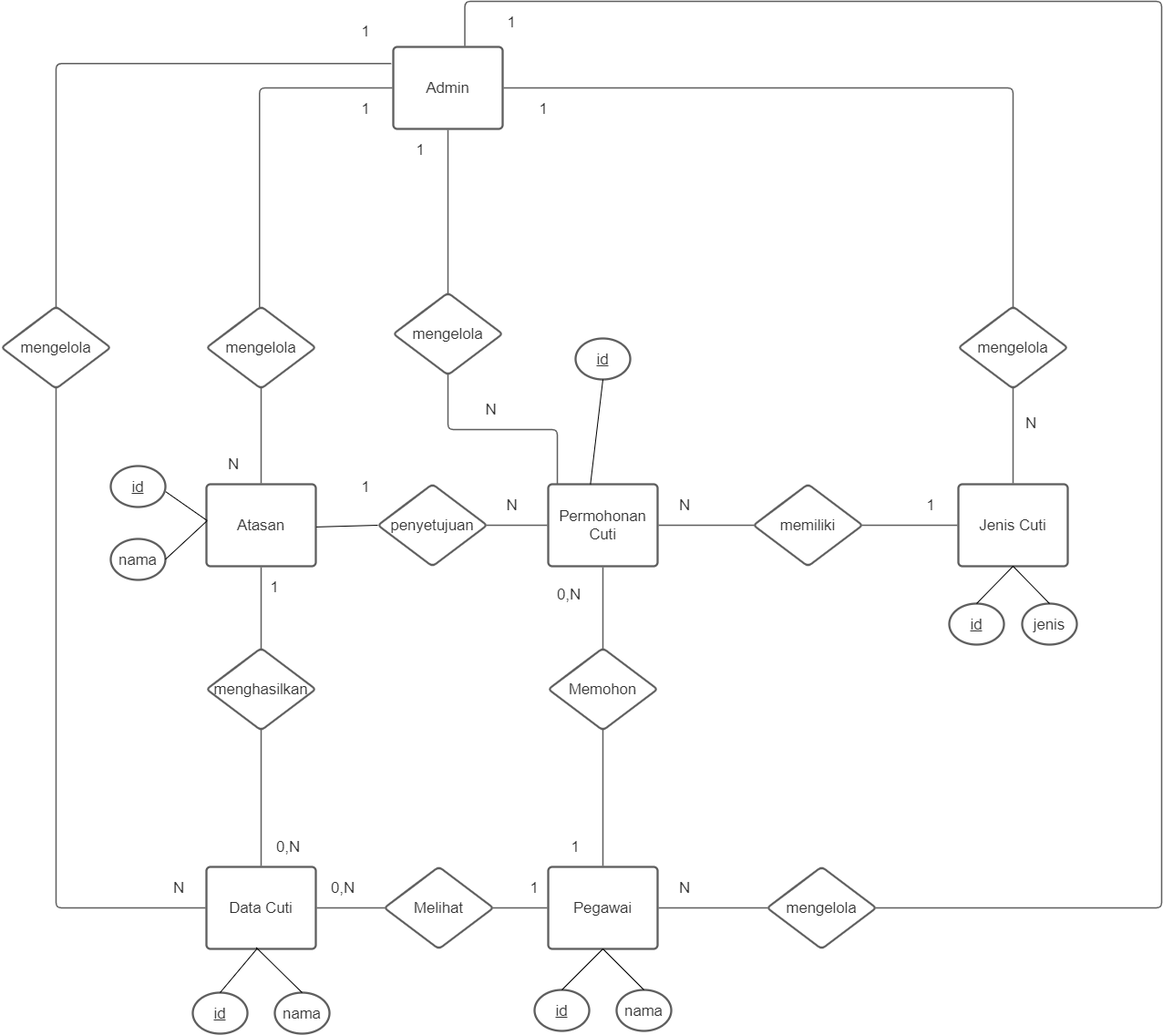
Above: Untitled Diagram.drawio.png in syahrolus/erd (draw.io), before the change. Source tidied: cells renumbered, new cells last; positions are measured from the earlier drawing's top-left corner, leaving out a move shared by most shapes.
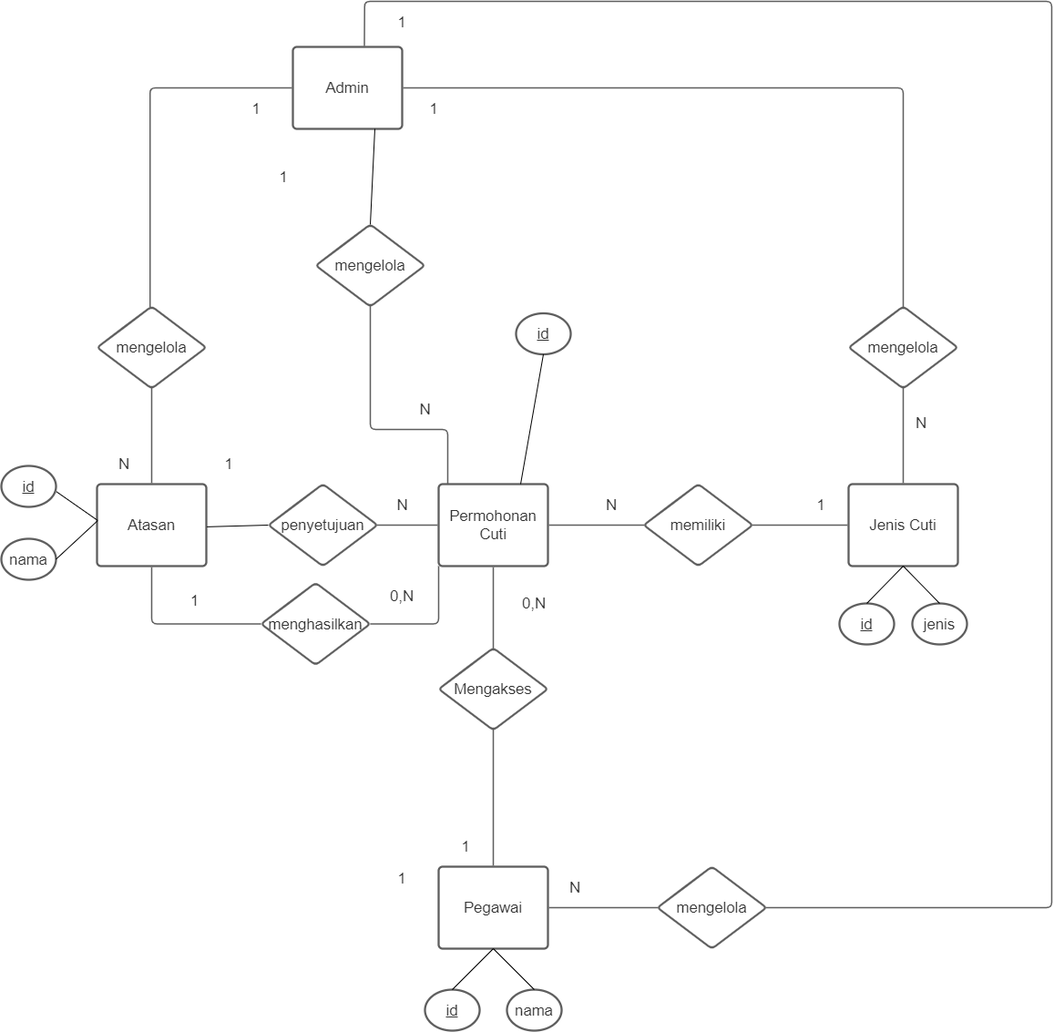
The same diagram one commit later.

What changed in the source:
```diff
@@ -3,7 +3,7 @@
     <mxCell id="0" />
     <mxCell id="1" parent="0" />
     <mxCell id="2" value="Admin" style="html=1;overflow=block;blockSpacing=1;whiteSpace=wrap;whiteSpace=wrap;fontSize=16.7;fontColor=#333333;spacing=9;strokeColor=#5e5e5e;strokeOpacity=100;rounded=1;absoluteArcSize=1;arcSize=9;strokeWidth=2.3;" parent="1" vertex="1">
-      <mxGeometry x="430" y="50" width="120" height="90" as="geometry" />
+      <mxGeometry x="440" y="50" width="120" height="90" as="geometry" />
     </mxCell>
     <mxCell id="3" value="Atasan" style="html=1;overflow=block;blockSpacing=1;whiteSpace=wrap;whiteSpace=wrap;fontSize=16.7;fontColor=#333333;spacing=9;strokeColor=#5e5e5e;strokeOpacity=100;rounded=1;absoluteArcSize=1;arcSize=9;strokeWidth=2.3;" parent="1" vertex="1">
       <mxGeometry x="225" y="530" width="120" height="90" as="geometry" />
@@ -14,13 +14,10 @@
     <mxCell id="5" value="Permohonan Cuti" style="html=1;overflow=block;blockSpacing=1;whiteSpace=wrap;whiteSpace=wrap;fontSize=16.7;fontColor=#333333;spacing=9;strokeColor=#5e5e5e;strokeOpacity=100;rounded=1;absoluteArcSize=1;arcSize=9;strokeWidth=2.3;" parent="1" vertex="1">
       <mxGeometry x="600" y="530" width="120" height="90" as="geometry" />
     </mxCell>
-    <mxCell id="6" value="Data Cuti" style="html=1;overflow=block;blockSpacing=1;whiteSpace=wrap;whiteSpace=wrap;fontSize=16.7;fontColor=#333333;spacing=9;strokeColor=#5e5e5e;strokeOpacity=100;rounded=1;absoluteArcSize=1;arcSize=9;strokeWidth=2.3;" parent="1" vertex="1">
-      <mxGeometry x="225" y="950" width="120" height="90" as="geometry" />
-    </mxCell>
     <mxCell id="7" value="Jenis Cuti" style="html=1;overflow=block;blockSpacing=1;whiteSpace=wrap;whiteSpace=wrap;fontSize=16.7;fontColor=#333333;spacing=9;strokeColor=#5e5e5e;strokeOpacity=100;rounded=1;absoluteArcSize=1;arcSize=9;strokeWidth=2.3;" parent="1" vertex="1">
       <mxGeometry x="1050" y="530" width="120" height="90" as="geometry" />
     </mxCell>
-    <mxCell id="8" value="Memohon" style="html=1;overflow=block;blockSpacing=1;whiteSpace=wrap;rhombus;whiteSpace=wrap;fontSize=16.7;fontColor=#333333;spacing=3.8;strokeColor=#5e5e5e;strokeOpacity=100;rounded=1;absoluteArcSize=1;arcSize=9;strokeWidth=2.3;" parent="1" vertex="1">
+    <mxCell id="8" value="Mengakses" style="html=1;overflow=block;blockSpacing=1;whiteSpace=wrap;rhombus;whiteSpace=wrap;fontSize=16.7;fontColor=#333333;spacing=3.8;strokeColor=#5e5e5e;strokeOpacity=100;rounded=1;absoluteArcSize=1;arcSize=9;strokeWidth=2.3;" parent="1" vertex="1">
       <mxGeometry x="600" y="710" width="120" height="90" as="geometry" />
     </mxCell>
     <mxCell id="9" style="html=1;jettySize=18;whiteSpace=wrap;fontSize=13;strokeColor=#5E5E5E;strokeWidth=1.5;rounded=1;arcSize=12;edgeStyle=orthogonalEdgeStyle;startArrow=none;endArrow=none;exitX=0.5;exitY=-0.012;exitPerimeter=0;entryX=0.5;entryY=0.994;entryPerimeter=0;" parent="1" edge="1" source="4" target="8">
@@ -45,11 +42,8 @@
       <mxGeometry relative="1" as="geometry" />
     </mxCell>
     <mxCell id="16" value="mengelola" style="html=1;overflow=block;blockSpacing=1;whiteSpace=wrap;rhombus;whiteSpace=wrap;fontSize=16.7;fontColor=#333333;spacing=3.8;strokeColor=#5e5e5e;strokeOpacity=100;rounded=1;absoluteArcSize=1;arcSize=9;strokeWidth=2.3;" parent="1" vertex="1">
-      <mxGeometry x="430" y="320" width="120" height="90" as="geometry" />
+      <mxGeometry x="465" y="245" width="120" height="90" as="geometry" />
     </mxCell>
-    <mxCell id="17" style="html=1;jettySize=18;whiteSpace=wrap;fontSize=13;strokeColor=#5E5E5E;strokeWidth=1.5;rounded=1;arcSize=12;edgeStyle=orthogonalEdgeStyle;startArrow=none;endArrow=none;exitX=0.5;exitY=0.006;exitPerimeter=0;entryX=0.5;entryY=1.013;entryPerimeter=0;" parent="1" edge="1" source="16" target="2">
-      <mxGeometry relative="1" as="geometry" />
-    </mxCell>
     <mxCell id="18" style="html=1;jettySize=18;whiteSpace=wrap;fontSize=13;strokeColor=#5E5E5E;strokeWidth=1.5;rounded=1;arcSize=12;edgeStyle=orthogonalEdgeStyle;startArrow=none;endArrow=none;exitX=1.009;exitY=0.5;exitPerimeter=0;entryX=0.5;entryY=0.006;entryPerimeter=0;" parent="1" edge="1" source="2" target="19">
       <mxGeometry relative="1" as="geometry" />
     </mxCell>
@@ -69,13 +63,13 @@
       <mxGeometry x="540" y="905" width="180" height="45" as="geometry" />
     </mxCell>
     <mxCell id="24" value="0,N" style="html=1;overflow=block;blockSpacing=1;whiteSpace=wrap;whiteSpace=wrap;fontSize=16.7;fontColor=#333333;spacing=3.8;strokeOpacity=0;fillOpacity=0;rounded=1;absoluteArcSize=1;arcSize=9;fillColor=#ffffff;strokeWidth=2.3;" parent="1" vertex="1">
-      <mxGeometry x="533" y="628" width="180" height="45" as="geometry" />
+      <mxGeometry x="615" y="638.5" width="180" height="45" as="geometry" />
     </mxCell>
     <mxCell id="25" value="N" style="html=1;overflow=block;blockSpacing=1;whiteSpace=wrap;whiteSpace=wrap;fontSize=16.7;fontColor=#333333;spacing=3.8;strokeOpacity=0;fillOpacity=0;rounded=1;absoluteArcSize=1;arcSize=9;fillColor=#ffffff;strokeWidth=2.3;" parent="1" vertex="1">
-      <mxGeometry x="660" y="530" width="180" height="45" as="geometry" />
+      <mxGeometry x="755" y="530" width="70" height="45" as="geometry" />
     </mxCell>
     <mxCell id="26" value="1" style="html=1;overflow=block;blockSpacing=1;whiteSpace=wrap;whiteSpace=wrap;fontSize=16.7;fontColor=#333333;spacing=3.8;strokeOpacity=0;fillOpacity=0;rounded=1;absoluteArcSize=1;arcSize=9;fillColor=#ffffff;strokeWidth=2.3;" parent="1" vertex="1">
-      <mxGeometry x="310" y="510" width="180" height="45" as="geometry" />
+      <mxGeometry x="360" y="485" width="20" height="45" as="geometry" />
     </mxCell>
     <mxCell id="27" value="N" style="html=1;overflow=block;blockSpacing=1;whiteSpace=wrap;whiteSpace=wrap;fontSize=16.7;fontColor=#333333;spacing=3.8;strokeOpacity=0;fillOpacity=0;rounded=1;absoluteArcSize=1;arcSize=9;fillColor=#ffffff;strokeWidth=2.3;" parent="1" vertex="1">
       <mxGeometry x="532.5" y="530" width="55" height="45" as="geometry" />
@@ -92,52 +86,27 @@
     <mxCell id="31" value="1" style="html=1;overflow=block;blockSpacing=1;whiteSpace=wrap;whiteSpace=wrap;fontSize=16.7;fontColor=#333333;spacing=3.8;strokeOpacity=0;fillOpacity=0;rounded=1;absoluteArcSize=1;arcSize=9;fillColor=#ffffff;strokeWidth=2.3;" parent="1" vertex="1">
       <mxGeometry x="470" width="180" height="45" as="geometry" />
     </mxCell>
-    <mxCell id="32" style="html=1;jettySize=18;whiteSpace=wrap;fontSize=13;strokeColor=#5E5E5E;strokeWidth=1.5;rounded=1;arcSize=12;edgeStyle=orthogonalEdgeStyle;startArrow=none;endArrow=none;exitX=-0.018;exitY=0.203;exitPerimeter=0;entryX=0.5;entryY=0.006;entryPerimeter=0;exitDx=0;exitDy=0;" parent="1" edge="1" source="2" target="36">
-      <mxGeometry relative="1" as="geometry" />
-    </mxCell>
-    <mxCell id="33" value="1" style="html=1;overflow=block;blockSpacing=1;whiteSpace=wrap;whiteSpace=wrap;fontSize=16.7;fontColor=#333333;spacing=3.8;strokeOpacity=0;fillOpacity=0;rounded=1;absoluteArcSize=1;arcSize=9;fillColor=#ffffff;strokeWidth=2.3;" parent="1" vertex="1">
-      <mxGeometry x="310" y="10" width="180" height="45" as="geometry" />
-    </mxCell>
     <mxCell id="34" value="menghasilkan" style="html=1;overflow=block;blockSpacing=1;whiteSpace=wrap;rhombus;whiteSpace=wrap;fontSize=16.7;fontColor=#333333;spacing=3.8;strokeColor=#5e5e5e;strokeOpacity=100;rounded=1;absoluteArcSize=1;arcSize=9;strokeWidth=2.3;" parent="1" vertex="1">
-      <mxGeometry x="225" y="710" width="120" height="90" as="geometry" />
+      <mxGeometry x="405" y="638.5" width="120" height="90" as="geometry" />
     </mxCell>
     <mxCell id="35" value="1" style="html=1;overflow=block;blockSpacing=1;whiteSpace=wrap;whiteSpace=wrap;fontSize=16.7;fontColor=#333333;spacing=3.8;strokeOpacity=0;fillOpacity=0;rounded=1;absoluteArcSize=1;arcSize=9;fillColor=#ffffff;strokeWidth=2.3;" parent="1" vertex="1">
-      <mxGeometry x="210" y="620" width="180" height="45" as="geometry" />
+      <mxGeometry x="310" y="635" width="45" height="45" as="geometry" />
     </mxCell>
-    <mxCell id="36" value="mengelola" style="html=1;overflow=block;blockSpacing=1;whiteSpace=wrap;rhombus;whiteSpace=wrap;fontSize=16.7;fontColor=#333333;spacing=3.8;strokeColor=#5e5e5e;strokeOpacity=100;rounded=1;absoluteArcSize=1;arcSize=9;strokeWidth=2.3;" parent="1" vertex="1">
-      <mxGeometry y="335" width="120" height="90" as="geometry" />
-    </mxCell>
-    <mxCell id="37" style="html=1;jettySize=18;whiteSpace=wrap;fontSize=13;strokeColor=#5E5E5E;strokeWidth=1.5;rounded=1;arcSize=12;edgeStyle=orthogonalEdgeStyle;startArrow=none;endArrow=none;exitX=0.5;exitY=0.994;exitPerimeter=0;entryX=0.5;entryY=-0.012;entryPerimeter=0;" parent="1" edge="1" source="34" target="6">
+    <mxCell id="37" style="html=1;jettySize=18;whiteSpace=wrap;fontSize=13;strokeColor=#5E5E5E;strokeWidth=1.5;rounded=1;arcSize=12;edgeStyle=orthogonalEdgeStyle;startArrow=none;endArrow=none;exitX=1;exitY=0.5;entryX=0;entryY=1;entryDx=0;entryDy=0;exitDx=0;exitDy=0;" parent="1" edge="1" source="34" target="5">
       <mxGeometry relative="1" as="geometry" />
     </mxCell>
-    <mxCell id="38" style="html=1;jettySize=18;whiteSpace=wrap;fontSize=13;strokeColor=#5E5E5E;strokeWidth=1.5;rounded=1;arcSize=12;edgeStyle=orthogonalEdgeStyle;startArrow=none;endArrow=none;exitX=0.5;exitY=0.006;exitPerimeter=0;entryX=0.5;entryY=1.013;entryPerimeter=0;" parent="1" edge="1" source="34" target="3">
+    <mxCell id="38" style="html=1;jettySize=18;whiteSpace=wrap;fontSize=13;strokeColor=#5E5E5E;strokeWidth=1.5;rounded=1;arcSize=12;edgeStyle=orthogonalEdgeStyle;startArrow=none;endArrow=none;exitX=0;exitY=0.5;entryX=0.5;entryY=1.013;entryPerimeter=0;exitDx=0;exitDy=0;" parent="1" edge="1" source="34" target="3">
       <mxGeometry relative="1" as="geometry" />
     </mxCell>
-    <mxCell id="39" value="Melihat" style="html=1;overflow=block;blockSpacing=1;whiteSpace=wrap;rhombus;whiteSpace=wrap;fontSize=16.7;fontColor=#333333;spacing=3.8;strokeColor=#5e5e5e;strokeOpacity=100;rounded=1;absoluteArcSize=1;arcSize=9;strokeWidth=2.3;" parent="1" vertex="1">
-      <mxGeometry x="420" y="950" width="120" height="90" as="geometry" />
-    </mxCell>
-    <mxCell id="40" style="html=1;jettySize=18;whiteSpace=wrap;fontSize=13;strokeColor=#5E5E5E;strokeWidth=1.5;rounded=1;arcSize=12;edgeStyle=orthogonalEdgeStyle;startArrow=none;endArrow=none;exitX=1.009;exitY=0.5;exitPerimeter=0;entryX=0.009;entryY=0.5;entryPerimeter=0;" parent="1" edge="1" source="6" target="39">
-      <mxGeometry relative="1" as="geometry" />
-    </mxCell>
-    <mxCell id="41" style="html=1;jettySize=18;whiteSpace=wrap;fontSize=13;strokeColor=#5E5E5E;strokeWidth=1.5;rounded=1;arcSize=12;edgeStyle=orthogonalEdgeStyle;startArrow=none;endArrow=none;exitX=0.991;exitY=0.5;exitPerimeter=0;entryX=-0.009;entryY=0.5;entryPerimeter=0;" parent="1" edge="1" source="39" target="4">
-      <mxGeometry relative="1" as="geometry" />
-    </mxCell>
     <mxCell id="42" style="html=1;jettySize=18;whiteSpace=wrap;fontSize=13;strokeColor=#5E5E5E;strokeWidth=1.5;rounded=1;arcSize=12;edgeStyle=orthogonalEdgeStyle;startArrow=none;endArrow=none;exitX=0.5;exitY=0.994;exitPerimeter=0;" parent="1" edge="1" source="16">
       <mxGeometry relative="1" as="geometry">
         <mxPoint x="610" y="530" as="targetPoint" />
         <Array as="points">
-          <mxPoint x="490" y="470" />
+          <mxPoint x="525" y="470" />
           <mxPoint x="610" y="470" />
         </Array>
       </mxGeometry>
     </mxCell>
-    <mxCell id="43" style="html=1;jettySize=18;whiteSpace=wrap;fontSize=13;strokeColor=#5E5E5E;strokeWidth=1.5;rounded=1;arcSize=12;edgeStyle=orthogonalEdgeStyle;startArrow=none;endArrow=none;exitX=0.5;exitY=0.994;exitPerimeter=0;entryX=-0.009;entryY=0.5;entryPerimeter=0;" parent="1" edge="1" source="36" target="6">
-      <mxGeometry relative="1" as="geometry">
-        <Array as="points">
-          <mxPoint x="60" y="995" />
-        </Array>
-      </mxGeometry>
-    </mxCell>
     <mxCell id="44" value="mengelola" style="html=1;overflow=block;blockSpacing=1;whiteSpace=wrap;rhombus;whiteSpace=wrap;fontSize=16.7;fontColor=#333333;spacing=3.8;strokeColor=#5e5e5e;strokeOpacity=100;rounded=1;absoluteArcSize=1;arcSize=9;strokeWidth=2.3;" parent="1" vertex="1">
       <mxGeometry x="840" y="950" width="120" height="90" as="geometry" />
     </mxCell>
@@ -153,27 +122,18 @@
     <mxCell id="46" style="html=1;jettySize=18;whiteSpace=wrap;fontSize=13;strokeColor=#5E5E5E;strokeWidth=1.5;rounded=1;arcSize=12;edgeStyle=orthogonalEdgeStyle;startArrow=none;endArrow=none;exitX=1.009;exitY=0.5;exitPerimeter=0;entryX=0.009;entryY=0.5;entryPerimeter=0;" parent="1" edge="1" source="4" target="44">
       <mxGeometry relative="1" as="geometry" />
     </mxCell>
-    <mxCell id="47" value="0,N" style="html=1;overflow=block;blockSpacing=1;whiteSpace=wrap;whiteSpace=wrap;fontSize=16.7;fontColor=#333333;spacing=3.8;strokeOpacity=0;fillOpacity=0;rounded=1;absoluteArcSize=1;arcSize=9;fillColor=#ffffff;strokeWidth=2.3;" parent="1" vertex="1">
-      <mxGeometry x="285" y="950" width="180" height="45" as="geometry" />
-    </mxCell>
     <mxCell id="48" value="1" style="html=1;overflow=block;blockSpacing=1;whiteSpace=wrap;whiteSpace=wrap;fontSize=16.7;fontColor=#333333;spacing=3.8;strokeOpacity=0;fillOpacity=0;rounded=1;absoluteArcSize=1;arcSize=9;fillColor=#ffffff;strokeWidth=2.3;" parent="1" vertex="1">
-      <mxGeometry x="495" y="950" width="180" height="45" as="geometry" />
+      <mxGeometry x="470" y="940" width="180" height="45" as="geometry" />
     </mxCell>
-    <mxCell id="49" value="0,N" style="html=1;overflow=block;blockSpacing=1;whiteSpace=wrap;whiteSpace=wrap;fontSize=16.7;fontColor=#333333;spacing=3.8;strokeOpacity=0;fillOpacity=0;rounded=1;absoluteArcSize=1;arcSize=9;fillColor=#ffffff;strokeWidth=2.3;" parent="1" vertex="1">
-      <mxGeometry x="225" y="905" width="180" height="45" as="geometry" />
-    </mxCell>
     <mxCell id="50" value="N" style="html=1;overflow=block;blockSpacing=1;whiteSpace=wrap;whiteSpace=wrap;fontSize=16.7;fontColor=#333333;spacing=3.8;strokeOpacity=0;fillOpacity=0;rounded=1;absoluteArcSize=1;arcSize=9;fillColor=#ffffff;strokeWidth=2.3;" parent="1" vertex="1">
-      <mxGeometry x="510" y="425" width="55" height="45" as="geometry" />
+      <mxGeometry x="557.5" y="425" width="55" height="45" as="geometry" />
     </mxCell>
     <mxCell id="51" value="1" style="html=1;overflow=block;blockSpacing=1;whiteSpace=wrap;whiteSpace=wrap;fontSize=16.7;fontColor=#333333;spacing=3.8;strokeOpacity=0;fillOpacity=0;rounded=1;absoluteArcSize=1;arcSize=9;fillColor=#ffffff;strokeWidth=2.3;" parent="1" vertex="1">
-      <mxGeometry x="505" y="95" width="180" height="45" as="geometry" />
+      <mxGeometry x="570" y="95" width="50" height="45" as="geometry" />
     </mxCell>
     <mxCell id="52" value="1" style="html=1;overflow=block;blockSpacing=1;whiteSpace=wrap;whiteSpace=wrap;fontSize=16.7;fontColor=#333333;spacing=3.8;strokeOpacity=0;fillOpacity=0;rounded=1;absoluteArcSize=1;arcSize=9;fillColor=#ffffff;strokeWidth=2.3;" parent="1" vertex="1">
-      <mxGeometry x="370" y="140" width="180" height="45" as="geometry" />
+      <mxGeometry x="340" y="170" width="180" height="45" as="geometry" />
     </mxCell>
-    <mxCell id="53" value="N" style="html=1;overflow=block;blockSpacing=1;whiteSpace=wrap;whiteSpace=wrap;fontSize=16.7;fontColor=#333333;spacing=3.8;strokeOpacity=0;fillOpacity=0;rounded=1;absoluteArcSize=1;arcSize=9;fillColor=#ffffff;strokeWidth=2.3;" parent="1" vertex="1">
-      <mxGeometry x="105" y="950" width="180" height="45" as="geometry" />
-    </mxCell>
     <mxCell id="54" value="N" style="html=1;overflow=block;blockSpacing=1;whiteSpace=wrap;whiteSpace=wrap;fontSize=16.7;fontColor=#333333;spacing=3.8;strokeOpacity=0;fillOpacity=0;rounded=1;absoluteArcSize=1;arcSize=9;fillColor=#ffffff;strokeWidth=2.3;" parent="1" vertex="1">
       <mxGeometry x="660" y="950" width="180" height="45" as="geometry" />
     </mxCell>
@@ -212,18 +172,6 @@
     <mxCell id="65" style="endArrow=none;html=1;rounded=0;exitX=1.005;exitY=0.521;exitDx=0;exitDy=0;exitPerimeter=0;entryX=0;entryY=0.5;entryDx=0;entryDy=0;" parent="1" edge="1" source="3" target="12">
       <mxGeometry relative="1" as="geometry" />
     </mxCell>
-    <mxCell id="66" value="id" style="html=1;overflow=block;blockSpacing=1;whiteSpace=wrap;ellipse;whiteSpace=wrap;fontSize=16.7;fontColor=#333333;fontStyle=4;spacing=3.8;strokeColor=#5e5e5e;strokeOpacity=100;rounded=1;absoluteArcSize=1;arcSize=9;strokeWidth=2.3;" parent="1" vertex="1">
-      <mxGeometry x="210" y="1088" width="60" height="45" as="geometry" />
-    </mxCell>
-    <mxCell id="67" value="nama" style="html=1;overflow=block;blockSpacing=1;whiteSpace=wrap;ellipse;whiteSpace=wrap;fontSize=16.7;fontColor=#333333;spacing=3.8;strokeColor=#5e5e5e;strokeOpacity=100;rounded=1;absoluteArcSize=1;arcSize=9;strokeWidth=2.3;" parent="1" vertex="1">
-      <mxGeometry x="300" y="1088" width="60" height="45" as="geometry" />
-    </mxCell>
-    <mxCell id="68" style="endArrow=none;html=1;rounded=0;exitX=0.5;exitY=0;exitDx=0;exitDy=0;entryX=0.461;entryY=1;entryDx=0;entryDy=0;entryPerimeter=0;" parent="1" edge="1" source="66" target="6">
-      <mxGeometry relative="1" as="geometry" />
-    </mxCell>
-    <mxCell id="69" style="endArrow=none;html=1;rounded=0;exitX=0.5;exitY=0;exitDx=0;exitDy=0;entryX=0.456;entryY=0.985;entryDx=0;entryDy=0;entryPerimeter=0;" parent="1" edge="1" source="67" target="6">
-      <mxGeometry relative="1" as="geometry" />
-    </mxCell>
     <mxCell id="70" value="id" style="html=1;overflow=block;blockSpacing=1;whiteSpace=wrap;ellipse;whiteSpace=wrap;fontSize=16.7;fontColor=#333333;fontStyle=4;spacing=3.8;strokeColor=#5e5e5e;strokeOpacity=100;rounded=1;absoluteArcSize=1;arcSize=9;strokeWidth=2.3;" parent="1" vertex="1">
       <mxGeometry x="120" y="510" width="60" height="45" as="geometry" />
     </mxCell>
@@ -237,10 +185,16 @@
       <mxGeometry relative="1" as="geometry" />
     </mxCell>
     <mxCell id="74" value="id" style="html=1;overflow=block;blockSpacing=1;whiteSpace=wrap;ellipse;whiteSpace=wrap;fontSize=16.7;fontColor=#333333;fontStyle=4;spacing=3.8;strokeColor=#5e5e5e;strokeOpacity=100;rounded=1;absoluteArcSize=1;arcSize=9;strokeWidth=2.3;" parent="1" vertex="1">
-      <mxGeometry x="630" y="370" width="60" height="45" as="geometry" />
+      <mxGeometry x="685" y="342.5" width="60" height="45" as="geometry" />
     </mxCell>
-    <mxCell id="75" style="endArrow=none;html=1;rounded=0;exitX=0.386;exitY=0;exitDx=0;exitDy=0;entryX=0.5;entryY=1;entryDx=0;entryDy=0;exitPerimeter=0;" parent="1" edge="1" source="5" target="74">
+    <mxCell id="75" style="endArrow=none;html=1;rounded=0;exitX=0.75;exitY=0;exitDx=0;exitDy=0;entryX=0.5;entryY=1;entryDx=0;entryDy=0;" parent="1" edge="1" source="5" target="74">
       <mxGeometry relative="1" as="geometry" />
     </mxCell>
+    <mxCell id="17" style="endArrow=none;html=1;rounded=0;exitX=0.5;exitY=0;exitDx=0;exitDy=0;entryX=0.75;entryY=1;entryDx=0;entryDy=0;" parent="1" edge="1" source="16" target="2">
+      <mxGeometry relative="1" as="geometry" />
+    </mxCell>
+    <mxCell id="76" value="0,N" style="html=1;overflow=block;blockSpacing=1;whiteSpace=wrap;whiteSpace=wrap;fontSize=16.7;fontColor=#333333;spacing=3.8;strokeOpacity=0;fillOpacity=0;rounded=1;absoluteArcSize=1;arcSize=9;fillColor=#ffffff;strokeWidth=2.3;" parent="1" vertex="1">
+      <mxGeometry x="470" y="630" width="180" height="45" as="geometry" />
+    </mxCell>
   </root>
 </mxGraphModel>
```
